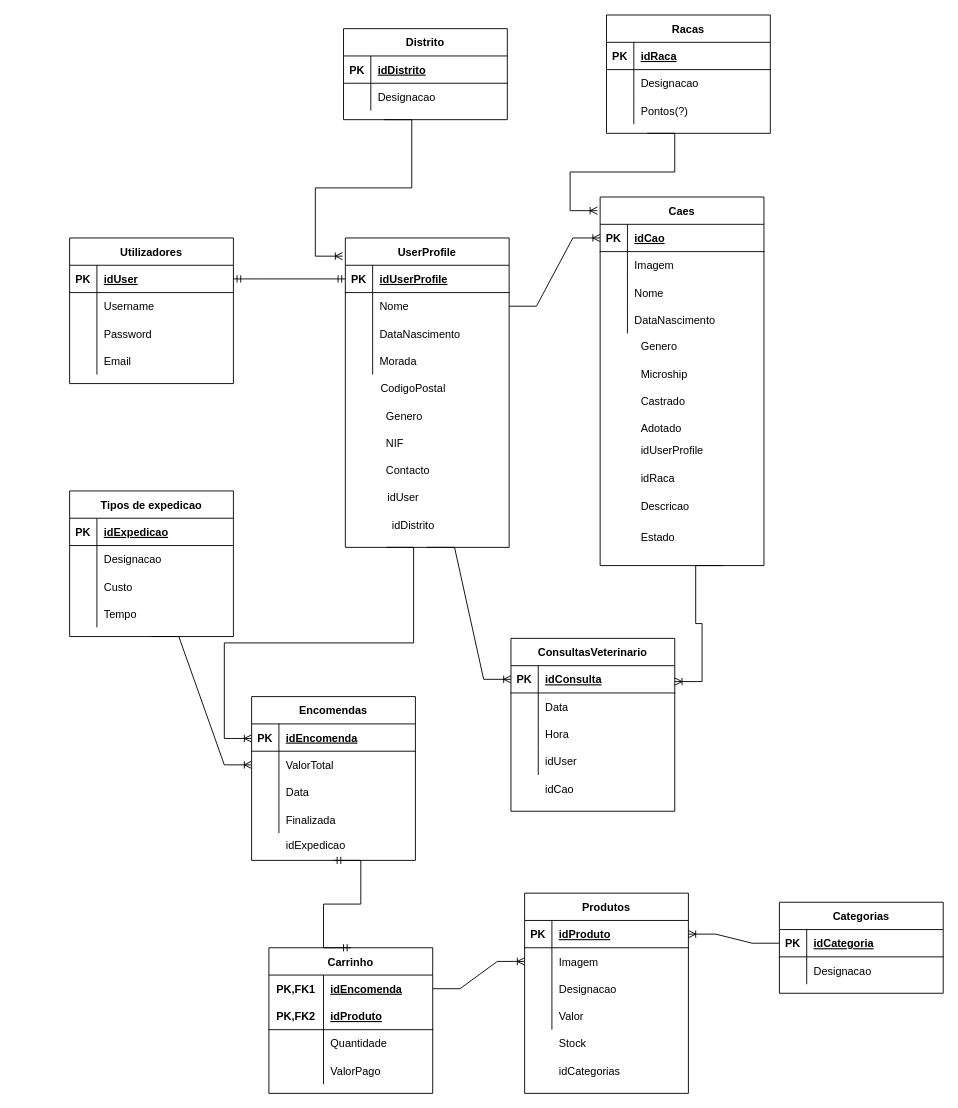
Earlier version of the draw.io diagram Diagramas/Diagrama de classes.drawio (2201120/Projeto-SI). Source tidied: cells renumbered, new cells numbered last; positions are measured from the earlier drawing's top-left corner, leaving out a move shared by most shapes. Both pictures are drawn from the tidied source at 91%, with x=0, y=0 at pixel (69, 15).
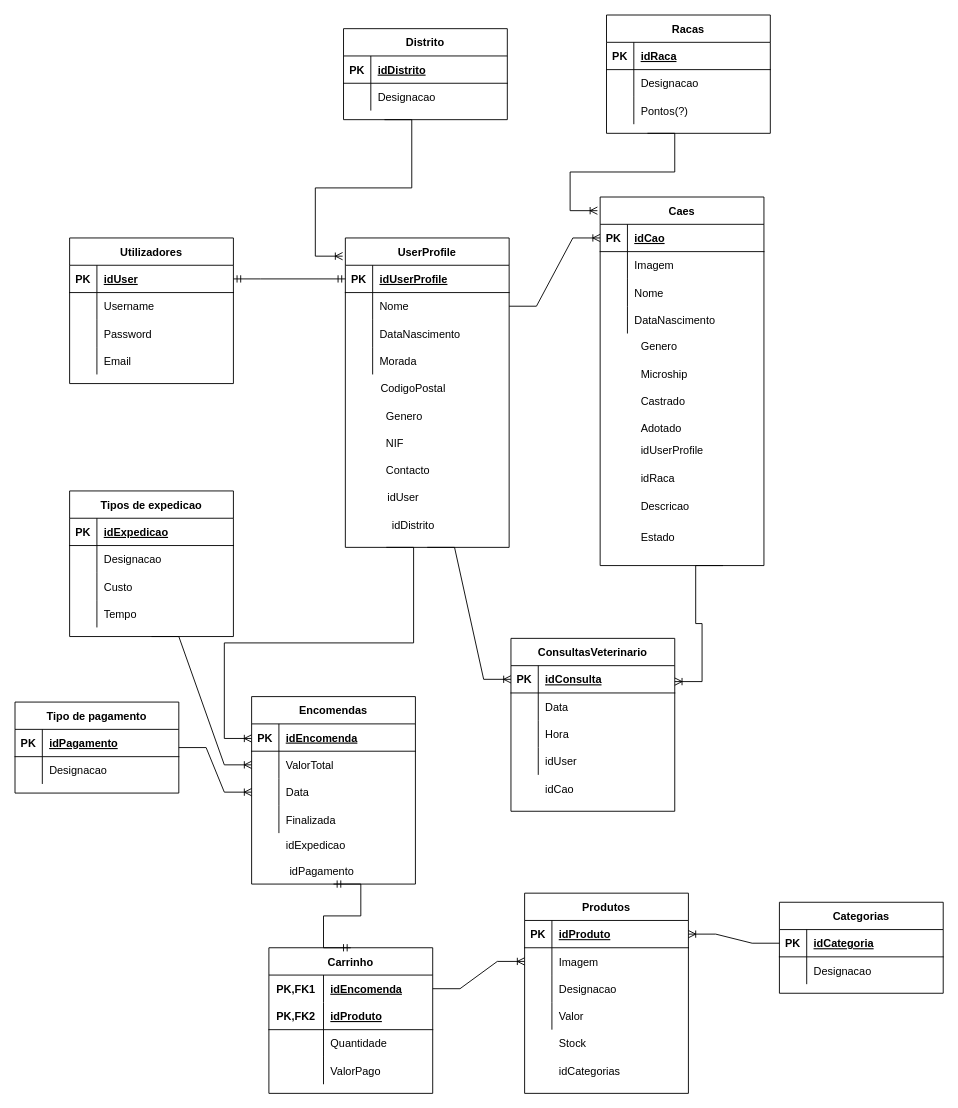
The same diagram, later.

The change refers to these unchanged cells:
```xml
<mxCell id="97" style="shape=tableRow;horizontal=0;startSize=0;swimlaneHead=0;swimlaneBody=0;fillColor=none;points=[[0,0.5],[1,0.5]];portConstraint=eastwest;top=0;left=0;right=0;bottom=0;" parent="90" vertex="1">
  <mxGeometry y="90" width="180" height="30" as="geometry" />
</mxCell>
```

The edit, as a diff of the source:
```diff
@@
     <mxCell id="90" value="Encomendas" style="shape=table;startSize=30;childLayout=tableLayout;rowLines=0;fontStyle=1;align=center;" parent="1" vertex="1">
-      <mxGeometry x="200" y="749" width="180" height="180" as="geometry" />
+      <mxGeometry x="200" y="749" width="180" height="206" as="geometry" />
     </mxCell>
@@
+    <mxCell id="175" value="Tipo de pagamento" style="shape=table;startSize=30;childLayout=tableLayout;rowLines=0;fontStyle=1;align=center;" parent="1" vertex="1">
+      <mxGeometry x="-60" y="755" width="180" height="100" as="geometry" />
+    </mxCell>
+    <mxCell id="176" style="shape=tableRow;horizontal=0;startSize=0;swimlaneHead=0;swimlaneBody=0;fillColor=none;top=0;left=0;right=0;bottom=1;" parent="175" vertex="1">
+      <mxGeometry y="30" width="180" height="30" as="geometry" />
+    </mxCell>
+    <mxCell id="177" value="PK" style="shape=partialRectangle;fillColor=none;top=0;left=0;bottom=0;right=0;fontStyle=1;overflow=hidden;" parent="176" vertex="1">
+      <mxGeometry width="30" height="30" as="geometry" />
+    </mxCell>
+    <mxCell id="178" value="idPagamento" style="shape=partialRectangle;fillColor=none;top=0;left=0;bottom=0;right=0;align=left;spacingLeft=6;fontStyle=5;overflow=hidden;" parent="176" vertex="1">
+      <mxGeometry x="30" width="150" height="30" as="geometry" />
+    </mxCell>
+    <mxCell id="179" style="shape=tableRow;horizontal=0;startSize=0;swimlaneHead=0;swimlaneBody=0;fillColor=none;top=0;left=0;right=0;bottom=0;" parent="175" vertex="1">
+      <mxGeometry y="60" width="180" height="30" as="geometry" />
+    </mxCell>
+    <mxCell id="180" style="shape=partialRectangle;fillColor=none;top=0;left=0;bottom=0;right=0;overflow=hidden;" parent="179" vertex="1">
+      <mxGeometry width="30" height="30" as="geometry" />
+    </mxCell>
+    <mxCell id="181" value="Designacao" style="shape=partialRectangle;fillColor=none;top=0;left=0;bottom=0;right=0;align=left;spacingLeft=6;overflow=hidden;" parent="179" vertex="1">
+      <mxGeometry x="30" width="150" height="30" as="geometry" />
+    </mxCell>
+    <mxCell id="182" style="edgeStyle=entityRelationEdgeStyle;fontSize=12;html=1;endArrow=ERoneToMany;rounded=0;exitX=1;exitY=0.5;exitDx=0;exitDy=0;entryX=0;entryY=0.5;entryDx=0;entryDy=0;" parent="1" edge="1" source="175" target="97">
+      <mxGeometry relative="1" as="geometry" />
+    </mxCell>
+    <mxCell id="183" value="idPagamento" style="shape=partialRectangle;fillColor=none;top=0;left=0;bottom=0;right=0;align=left;spacingLeft=6;overflow=hidden;" parent="1" vertex="1">
+      <mxGeometry x="234" y="925" width="150" height="30" as="geometry" />
+    </mxCell>
```
